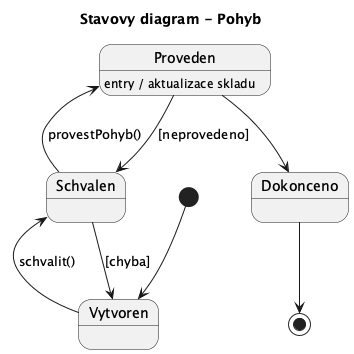
Above: docs/images/09_state_pohyb_skladu.png in lkvapil/wms-elektronicke-soucastky (PlantUML), before the change. Its diagram source:
```plantuml
@startuml
title Stavovy diagram - Pohyb

[*] --> Vytvoren

Vytvoren --> Schvalen : schvalit()
Schvalen --> Proveden : provestPohyb()
Proveden --> Dokonceno

Schvalen --> Vytvoren : [chyba]
Proveden --> Schvalen : [neprovedeno]

Proveden : entry / aktualizace skladu

Dokonceno --> [*]

@enduml
```
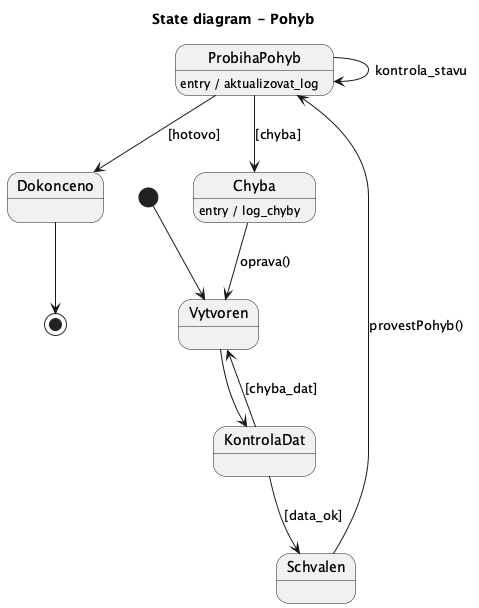
After the commit.

Commit message:
feat: full diagramy – KontrolaDat, aktivity, scenar

Change to the diagram source:
```diff
@@ -1,16 +1,23 @@
 @startuml
-title Stavovy diagram - Pohyb
+title State diagram - Pohyb
 
 [*] --> Vytvoren
 
-Vytvoren --> Schvalen : schvalit()
-Schvalen --> Proveden : provestPohyb()
-Proveden --> Dokonceno
+Vytvoren --> KontrolaDat
 
-Schvalen --> Vytvoren : [chyba]
-Proveden --> Schvalen : [neprovedeno]
+KontrolaDat --> Schvalen : [data_ok]
+KontrolaDat --> Vytvoren : [chyba_dat]
 
-Proveden : entry / aktualizace skladu
+Schvalen --> ProbihaPohyb : provestPohyb()
+
+ProbihaPohyb : entry / aktualizovat_log
+ProbihaPohyb --> ProbihaPohyb : kontrola_stavu
+
+ProbihaPohyb --> Dokonceno : [hotovo]
+ProbihaPohyb --> Chyba : [chyba]
+
+Chyba : entry / log_chyby
+Chyba --> Vytvoren : oprava()
 
 Dokonceno --> [*]
 
```
